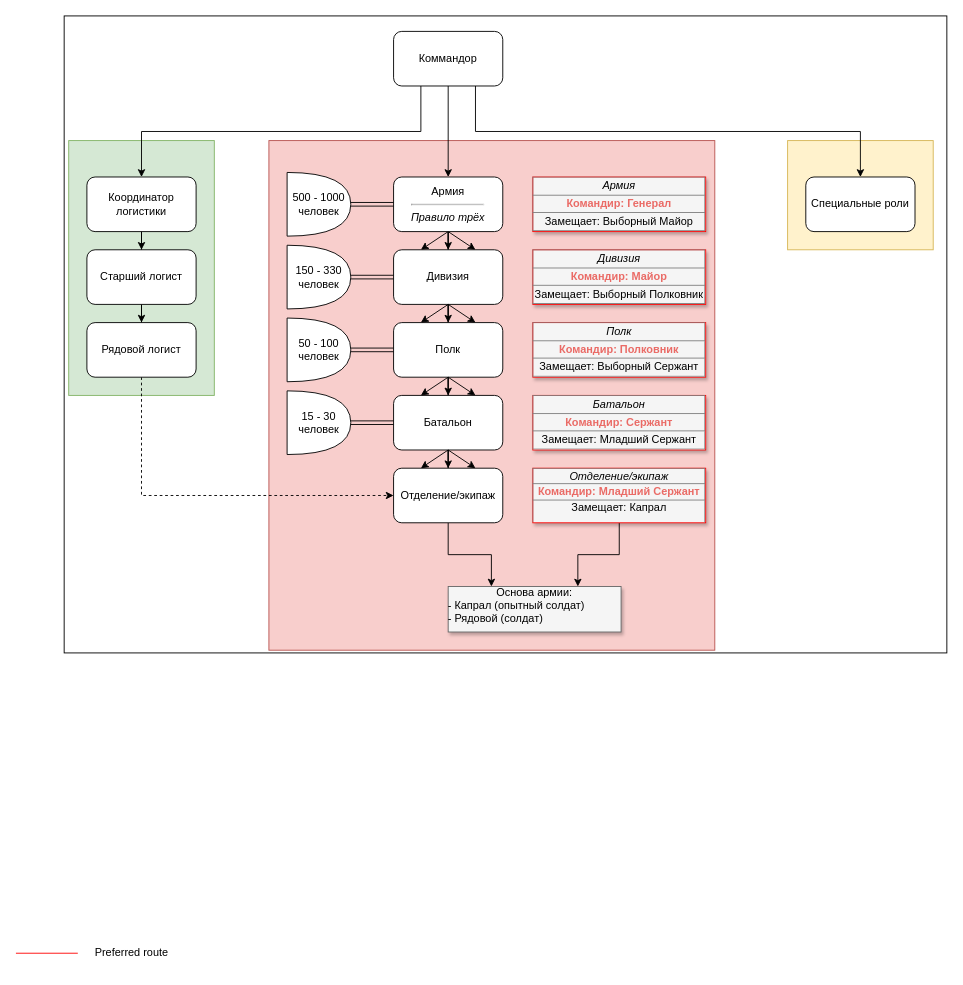
Kratos1245/other keeps this draw.io diagram as Структура.drawio. Above is the earlier version. Source tidied: cells renumbered, new cells numbered last; positions are measured from the earlier drawing's top-left corner, leaving out a move shared by most shapes. Both pictures are drawn from the tidied source at 91%, with x=0, y=0 at pixel (15, 15).
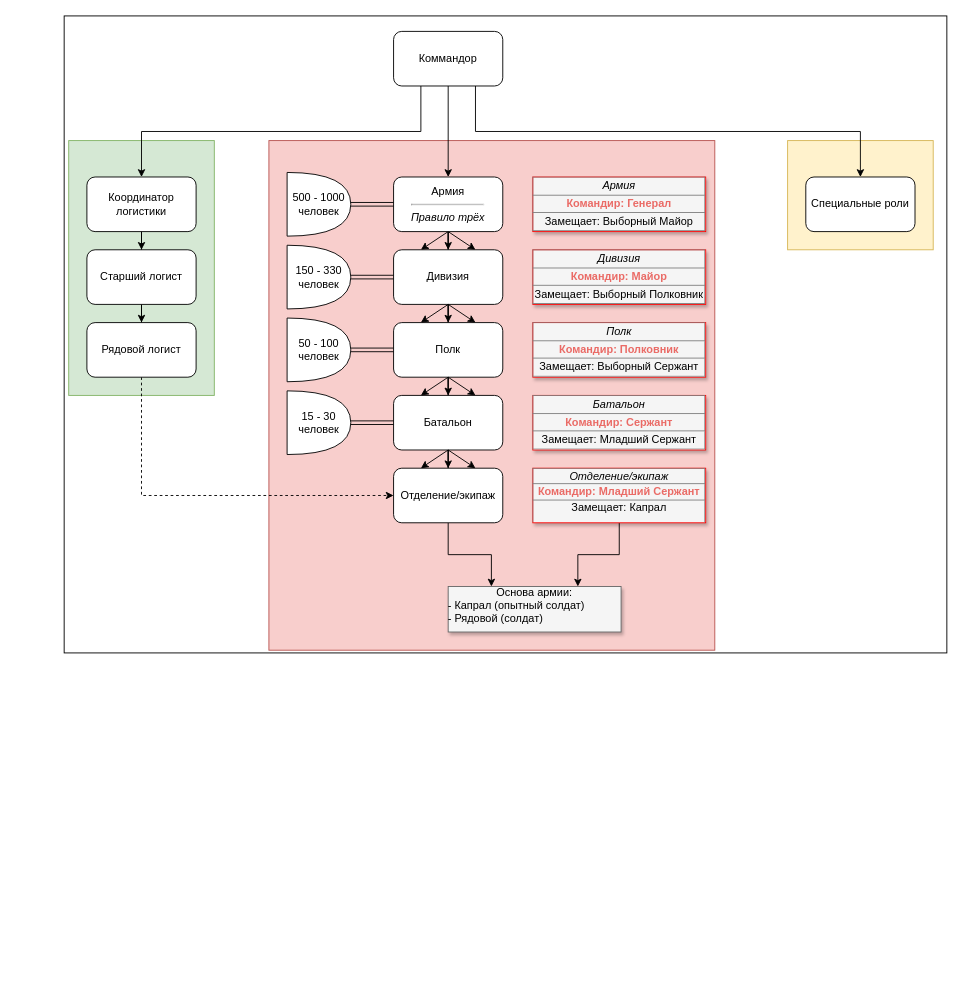
After the change.

Change to the diagram source:
```diff
@@
-    <mxCell id="7" style="line;strokeWidth=1;html=1;rounded=1;fontSize=12;align=center;verticalAlign=middle;strokeColor=#FF0000;endFill=1;endArrow=classic;endSize=10;startSize=10;" parent="1" vertex="1">
-      <mxGeometry y="1025" width="68" height="10" as="geometry" />
-    </mxCell>
-    <mxCell id="8" value="Preferred route" style="text;html=1;strokeColor=none;fillColor=none;align=left;verticalAlign=middle;whiteSpace=wrap;rounded=0;shadow=1;fontSize=12;" parent="1" vertex="1">
-      <mxGeometry x="85" y="1020" width="143" height="20" as="geometry" />
-    </mxCell>
```
